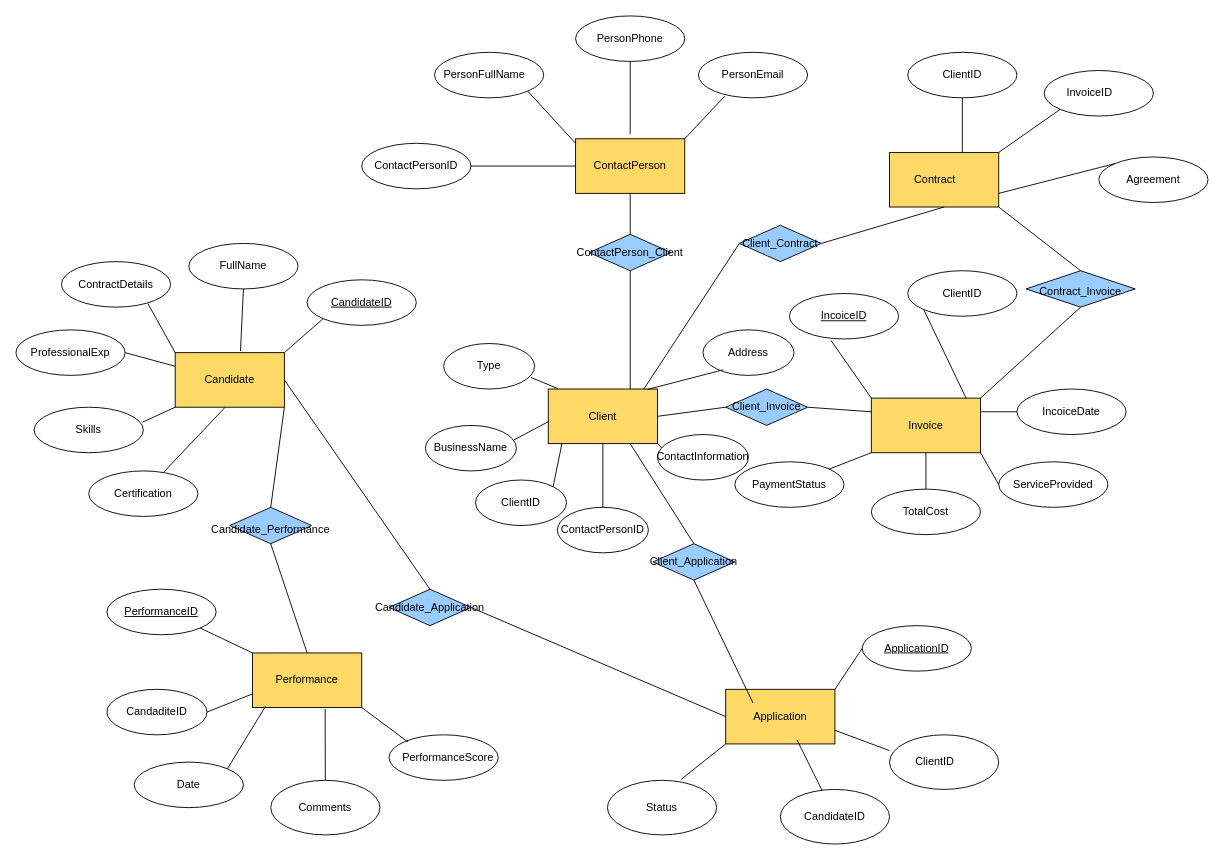
Above: shcema.drawio in JPGR11/DataBaseCompetition (draw.io), before the change. Source tidied: cells renumbered, new cells numbered last; positions are measured from the earlier drawing's top-left corner, leaving out a move shared by most shapes. Both pictures are drawn from the tidied source at 91%, with x=0, y=0 at pixel (15, 15).
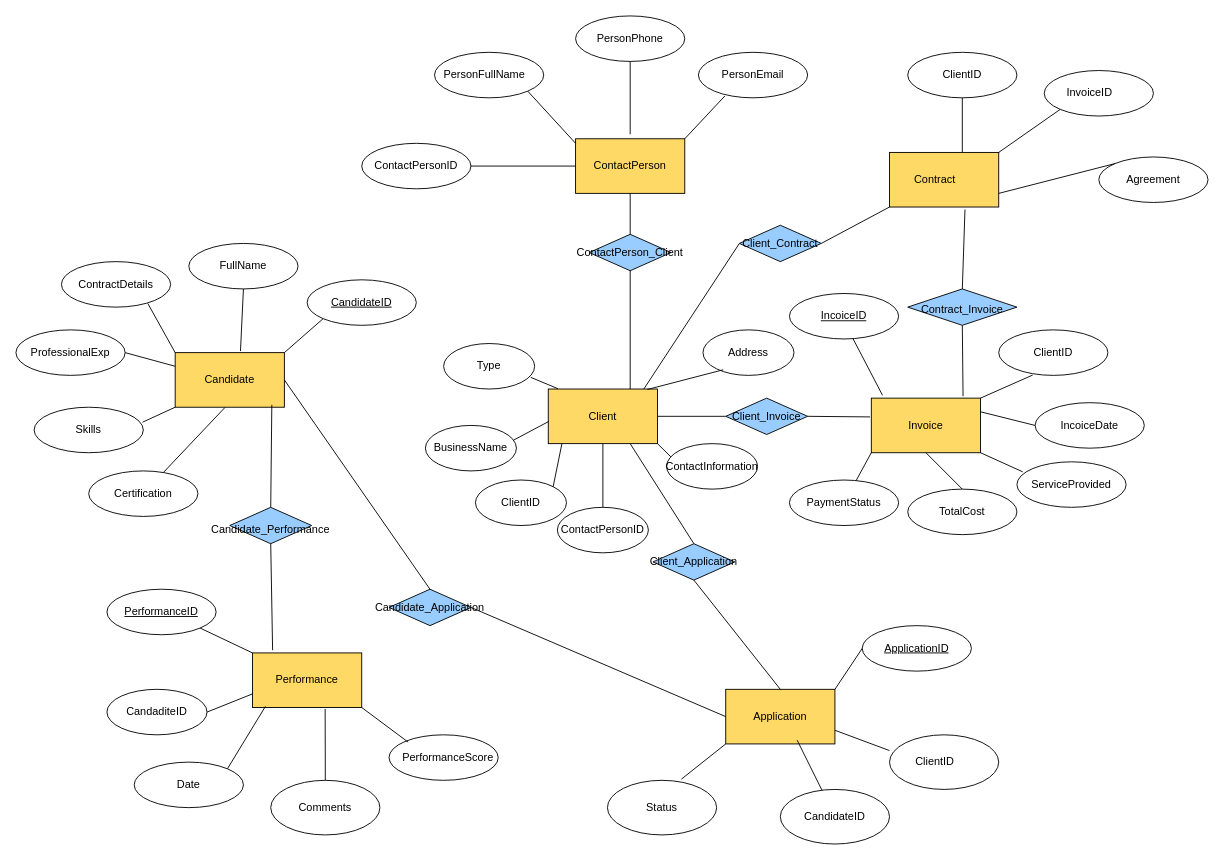
The same diagram, later.

Unchanged cells that the change refers to:
```xml
<mxCell id="3" style="rounded=0;whiteSpace=wrap;html=1;fillColor=#FFD966;" parent="1" vertex="1">
  <mxGeometry x="175" y="370" width="120" height="60" as="geometry" />
</mxCell>
<mxCell id="5" style="rounded=0;whiteSpace=wrap;html=1;fillColor=#FFD966;" parent="1" vertex="1">
  <mxGeometry x="960" y="150" width="120" height="60" as="geometry" />
</mxCell>
<mxCell id="6" style="rounded=0;whiteSpace=wrap;html=1;fillColor=#FFD966;" parent="1" vertex="1">
  <mxGeometry x="260" y="700" width="120" height="60" as="geometry" />
</mxCell>
<mxCell id="22" style="rounded=0;whiteSpace=wrap;html=1;fillColor=#FFD966;" parent="1" vertex="1">
  <mxGeometry x="780" y="740" width="120" height="60" as="geometry" />
</mxCell>
<mxCell id="31" value="Application" style="text;html=1;align=center;verticalAlign=middle;whiteSpace=wrap;rounded=0;" parent="1" vertex="1">
  <mxGeometry x="810" y="755" width="60" height="30" as="geometry" />
</mxCell>
<mxCell id="36" style="rounded=0;whiteSpace=wrap;html=1;fillColor=#FFD966;" parent="1" vertex="1">
  <mxGeometry x="940" y="420" width="120" height="60" as="geometry" />
</mxCell>
<mxCell id="37" style="ellipse;whiteSpace=wrap;html=1;" parent="1" vertex="1">
  <mxGeometry x="850" y="305" width="120" height="50" as="geometry" />
</mxCell>
<mxCell id="93" style="rhombus;whiteSpace=wrap;html=1;fillColor=#99CCFF;" parent="1" vertex="1">
  <mxGeometry x="700" y="580" width="90" height="40" as="geometry" />
</mxCell>
<mxCell id="96" value="Client_Contract" style="rhombus;whiteSpace=wrap;html=1;fillColor=#99CCFF;" parent="1" vertex="1">
  <mxGeometry x="795" y="230" width="90" height="40" as="geometry" />
</mxCell>
<mxCell id="97" style="rhombus;whiteSpace=wrap;html=1;fillColor=#99CCFF;" parent="1" vertex="1">
  <mxGeometry x="235" y="540" width="90" height="40" as="geometry" />
</mxCell>
```

The edit, as a diff of the source:
```diff
@@
     <mxCell id="38" style="ellipse;whiteSpace=wrap;html=1;" parent="1" vertex="1">
-      <mxGeometry x="790" y="490" width="120" height="50" as="geometry" />
+      <mxGeometry x="850" y="510" width="120" height="50" as="geometry" />
     </mxCell>
     <mxCell id="39" style="ellipse;whiteSpace=wrap;html=1;" parent="1" vertex="1">
-      <mxGeometry x="940" y="520" width="120" height="50" as="geometry" />
+      <mxGeometry x="980" y="520" width="120" height="50" as="geometry" />
     </mxCell>
     <mxCell id="40" style="ellipse;whiteSpace=wrap;html=1;" parent="1" vertex="1">
-      <mxGeometry x="980" y="280" width="120" height="50" as="geometry" />
+      <mxGeometry x="1080" y="345" width="120" height="50" as="geometry" />
     </mxCell>
     <mxCell id="41" style="ellipse;whiteSpace=wrap;html=1;" parent="1" vertex="1">
-      <mxGeometry x="1100" y="410" width="120" height="50" as="geometry" />
+      <mxGeometry x="1120" y="425" width="120" height="50" as="geometry" />
     </mxCell>
     <mxCell id="42" style="ellipse;whiteSpace=wrap;html=1;" parent="1" vertex="1">
-      <mxGeometry x="1080" y="490" width="120" height="50" as="geometry" />
+      <mxGeometry x="1100" y="490" width="120" height="50" as="geometry" />
     </mxCell>
     <mxCell id="43" value="IncoiceDate" style="text;html=1;align=center;verticalAlign=middle;whiteSpace=wrap;rounded=0;" parent="1" vertex="1">
-      <mxGeometry x="1130" y="420" width="60" height="30" as="geometry" />
+      <mxGeometry x="1150" y="435" width="60" height="30" as="geometry" />
     </mxCell>
     <mxCell id="44" value="ClientID" style="text;html=1;align=center;verticalAlign=middle;whiteSpace=wrap;rounded=0;" parent="1" vertex="1">
-      <mxGeometry x="1010" y="290" width="60" height="30" as="geometry" />
+      <mxGeometry x="1110" y="355" width="60" height="30" as="geometry" />
     </mxCell>
@@
     <mxCell id="46" value="ServiceProvided" style="text;html=1;align=center;verticalAlign=middle;whiteSpace=wrap;rounded=0;" parent="1" vertex="1">
-      <mxGeometry x="1110" y="500" width="60" height="30" as="geometry" />
+      <mxGeometry x="1130" y="500" width="60" height="30" as="geometry" />
     </mxCell>
     <mxCell id="47" value="TotalCost" style="text;html=1;align=center;verticalAlign=middle;whiteSpace=wrap;rounded=0;" parent="1" vertex="1">
-      <mxGeometry x="970" y="530" width="60" height="30" as="geometry" />
+      <mxGeometry x="1010" y="530" width="60" height="30" as="geometry" />
     </mxCell>
     <mxCell id="48" value="PaymentStatus" style="text;html=1;align=center;verticalAlign=middle;whiteSpace=wrap;rounded=0;" parent="1" vertex="1">
-      <mxGeometry x="820" y="500" width="60" height="30" as="geometry" />
+      <mxGeometry x="880" y="520" width="60" height="30" as="geometry" />
     </mxCell>
@@
-    <mxCell id="51" style="endArrow=none;html=1;rounded=0;exitX=0;exitY=0.5;exitDx=0;exitDy=0;entryX=1;entryY=1;entryDx=0;entryDy=0;" parent="1" edge="1" source="42" target="36">
+    <mxCell id="51" style="endArrow=none;html=1;rounded=0;exitX=0.053;exitY=0.22;exitDx=0;exitDy=0;entryX=1;entryY=1;entryDx=0;entryDy=0;exitPerimeter=0;" parent="1" edge="1" source="42" target="36">
       <mxGeometry relative="1" as="geometry" />
     </mxCell>
@@
-    <mxCell id="54" style="endArrow=none;html=1;rounded=0;exitX=0;exitY=0;exitDx=0;exitDy=0;entryX=0.38;entryY=1.031;entryDx=0;entryDy=0;entryPerimeter=0;" parent="1" edge="1" source="36" target="37">
+    <mxCell id="54" style="endArrow=none;html=1;rounded=0;exitX=0.103;exitY=-0.05;exitDx=0;exitDy=0;entryX=0.581;entryY=0.987;entryDx=0;entryDy=0;entryPerimeter=0;exitPerimeter=0;" parent="1" edge="1" source="36" target="37">
       <mxGeometry relative="1" as="geometry" />
     </mxCell>
-    <mxCell id="55" style="endArrow=none;html=1;rounded=0;entryX=0;entryY=1;entryDx=0;entryDy=0;exitX=0.868;exitY=0.002;exitDx=0;exitDy=0;exitPerimeter=0;" parent="1" edge="1" source="36" target="40">
+    <mxCell id="55" style="endArrow=none;html=1;rounded=0;entryX=0.311;entryY=0.993;entryDx=0;entryDy=0;exitX=1;exitY=0;exitDx=0;exitDy=0;entryPerimeter=0;" parent="1" edge="1" source="36" target="40">
       <mxGeometry relative="1" as="geometry" />
     </mxCell>
@@
     <mxCell id="87" style="ellipse;whiteSpace=wrap;html=1;" parent="1" vertex="1">
-      <mxGeometry x="705" y="460" width="100" height="50" as="geometry" />
+      <mxGeometry x="715" y="470" width="100" height="50" as="geometry" />
     </mxCell>
@@
     <mxCell id="94" style="rhombus;whiteSpace=wrap;html=1;fillColor=#99CCFF;" parent="1" vertex="1">
-      <mxGeometry x="780" y="410" width="90" height="40" as="geometry" />
+      <mxGeometry x="780" y="420" width="90" height="40" as="geometry" />
     </mxCell>
     <mxCell id="95" style="rhombus;whiteSpace=wrap;html=1;fillColor=#99CCFF;" parent="1" vertex="1">
-      <mxGeometry x="1110" y="280" width="120" height="40" as="geometry" />
+      <mxGeometry x="980" y="300" width="120" height="40" as="geometry" />
     </mxCell>
@@
-    <mxCell id="99" style="endArrow=none;html=1;rounded=0;entryX=0.5;entryY=1;entryDx=0;entryDy=0;exitX=1;exitY=0;exitDx=0;exitDy=0;" parent="1" edge="1" source="36" target="95">
+    <mxCell id="99" style="endArrow=none;html=1;rounded=0;entryX=0.5;entryY=1;entryDx=0;entryDy=0;exitX=0.84;exitY=-0.035;exitDx=0;exitDy=0;exitPerimeter=0;" parent="1" edge="1" source="36" target="95">
       <mxGeometry relative="1" as="geometry" />
     </mxCell>
-    <mxCell id="100" style="endArrow=none;html=1;rounded=0;entryX=1;entryY=1;entryDx=0;entryDy=0;exitX=0.5;exitY=0;exitDx=0;exitDy=0;" parent="1" edge="1" source="95" target="5">
+    <mxCell id="100" style="endArrow=none;html=1;rounded=0;entryX=0.691;entryY=1.046;entryDx=0;entryDy=0;exitX=0.5;exitY=0;exitDx=0;exitDy=0;entryPerimeter=0;" parent="1" edge="1" source="95" target="5">
       <mxGeometry relative="1" as="geometry" />
     </mxCell>
-    <mxCell id="101" style="endArrow=none;html=1;rounded=0;exitX=0.5;exitY=0;exitDx=0;exitDy=0;entryX=1;entryY=1;entryDx=0;entryDy=0;" parent="1" edge="1" source="97" target="3">
+    <mxCell id="101" style="endArrow=none;html=1;rounded=0;exitX=0.5;exitY=0;exitDx=0;exitDy=0;entryX=0.885;entryY=0.957;entryDx=0;entryDy=0;entryPerimeter=0;" parent="1" edge="1" source="97" target="3">
       <mxGeometry relative="1" as="geometry" />
     </mxCell>
-    <mxCell id="102" style="endArrow=none;html=1;rounded=0;entryX=0.5;entryY=0;entryDx=0;entryDy=0;exitX=0.5;exitY=1;exitDx=0;exitDy=0;" parent="1" edge="1" source="97" target="6">
+    <mxCell id="102" style="endArrow=none;html=1;rounded=0;entryX=0.184;entryY=-0.05;entryDx=0;entryDy=0;exitX=0.5;exitY=1;exitDx=0;exitDy=0;entryPerimeter=0;" parent="1" edge="1" source="97" target="6">
       <mxGeometry relative="1" as="geometry" />
     </mxCell>
     <mxCell id="103" value="Contract_Invoice" style="text;html=1;align=center;verticalAlign=middle;whiteSpace=wrap;rounded=0;" parent="1" vertex="1">
-      <mxGeometry x="1140" y="285" width="60" height="35" as="geometry" />
+      <mxGeometry x="1010" y="305" width="60" height="35" as="geometry" />
     </mxCell>
-    <mxCell id="104" style="endArrow=none;html=1;rounded=0;exitX=0.5;exitY=1;exitDx=0;exitDy=0;entryX=0;entryY=0;entryDx=0;entryDy=0;" parent="1" edge="1" source="93" target="31">
+    <mxCell id="104" style="endArrow=none;html=1;rounded=0;exitX=0.5;exitY=1;exitDx=0;exitDy=0;entryX=0.5;entryY=0;entryDx=0;entryDy=0;" parent="1" edge="1" source="93" target="22">
       <mxGeometry relative="1" as="geometry" />
     </mxCell>
@@
     <mxCell id="108" value="ContactInformation" style="text;html=1;align=center;verticalAlign=middle;whiteSpace=wrap;rounded=0;" parent="1" vertex="1">
-      <mxGeometry x="725" y="470" width="60" height="30" as="geometry" />
+      <mxGeometry x="735" y="480" width="60" height="30" as="geometry" />
     </mxCell>
@@
     <mxCell id="136" value="Client_Invoice" style="text;html=1;align=center;verticalAlign=middle;whiteSpace=wrap;rounded=0;" parent="1" vertex="1">
-      <mxGeometry x="795" y="415" width="60" height="30" as="geometry" />
+      <mxGeometry x="795" y="425" width="60" height="30" as="geometry" />
     </mxCell>
@@
-    <mxCell id="138" style="endArrow=none;html=1;rounded=0;exitX=0;exitY=0.25;exitDx=0;exitDy=0;entryX=1;entryY=0.5;entryDx=0;entryDy=0;" parent="1" edge="1" source="36" target="94">
+    <mxCell id="138" style="endArrow=none;html=1;rounded=0;exitX=-0.012;exitY=0.344;exitDx=0;exitDy=0;entryX=1;entryY=0.5;entryDx=0;entryDy=0;exitPerimeter=0;" parent="1" edge="1" source="36" target="94">
       <mxGeometry relative="1" as="geometry" />
     </mxCell>
@@
-    <mxCell id="140" style="endArrow=none;html=1;rounded=0;entryX=0.5;entryY=1;entryDx=0;entryDy=0;exitX=1;exitY=0.5;exitDx=0;exitDy=0;" parent="1" edge="1" source="96" target="5">
+    <mxCell id="140" style="endArrow=none;html=1;rounded=0;entryX=0;entryY=1;entryDx=0;entryDy=0;exitX=1;exitY=0.5;exitDx=0;exitDy=0;" parent="1" edge="1" source="96" target="5">
       <mxGeometry relative="1" as="geometry" />
     </mxCell>
```
